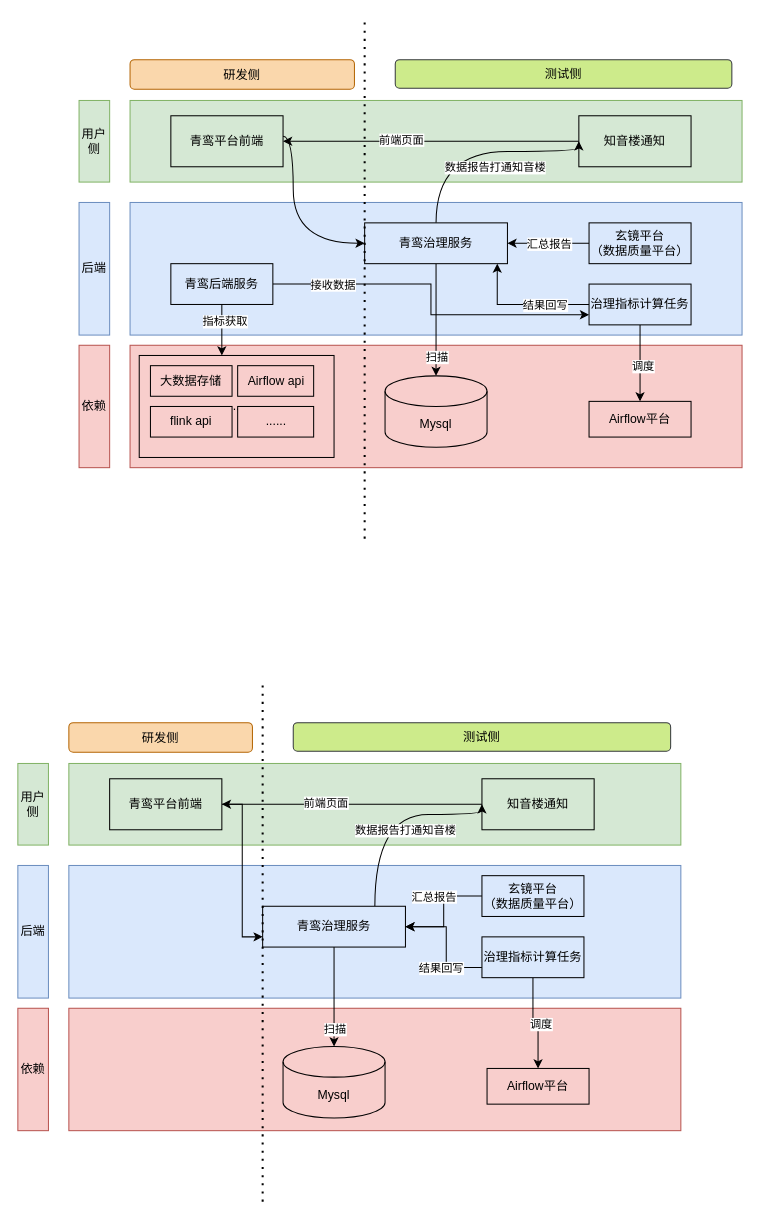
Above: 好未来/转正述职/青鸾相关 (4).drawio in dongjinmin-710/my-darwio (draw.io), before the change. Source tidied: cells renumbered, new cells numbered last; positions are measured from the earlier drawing's top-left corner, leaving out a move shared by most shapes. Both pictures are drawn from the tidied source at 102%, with x=0, y=0 at pixel (17, 18).
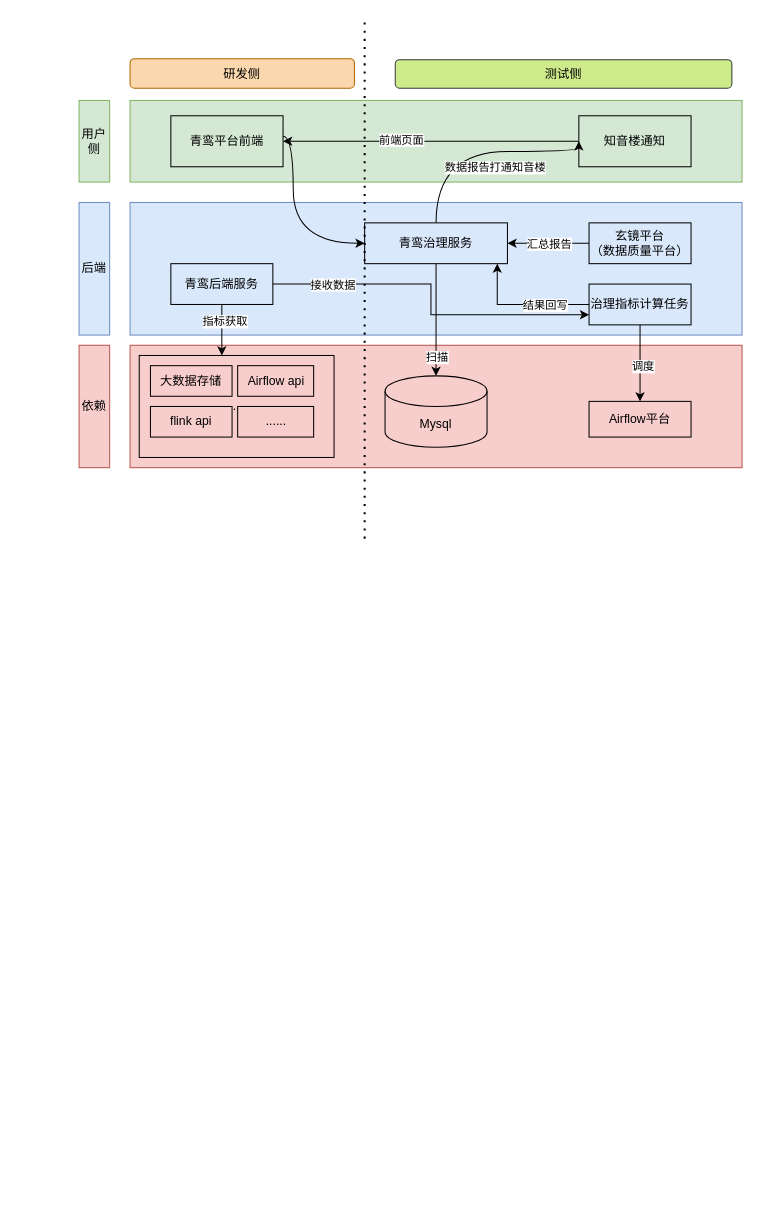
The same page after the edit.

Commit message:
更新青鸾相关 (4).drawio

Change to the diagram source:
```diff
@@
     <mxCell id="39" value="研发侧" style="rounded=1;whiteSpace=wrap;html=1;fillColor=#fad7ac;strokeColor=#b46504;" parent="1" vertex="1">
-      <mxGeometry x="110" y="40" width="220" height="29" as="geometry" />
+      <mxGeometry x="110" y="39" width="220" height="29" as="geometry" />
     </mxCell>
@@
-    <mxCell id="41" style="rounded=0;whiteSpace=wrap;html=1;fillColor=#dae8fc;strokeColor=#6c8ebf;" parent="1" vertex="1">
-      <mxGeometry x="50" y="830" width="600" height="130" as="geometry" />
-    </mxCell>
-    <mxCell id="42" style="rounded=0;whiteSpace=wrap;html=1;fillColor=#d5e8d4;strokeColor=#82b366;" parent="1" vertex="1">
-      <mxGeometry x="50" y="730" width="600" height="80" as="geometry" />
-    </mxCell>
-    <mxCell id="43" style="edgeStyle=orthogonalEdgeStyle;rounded=0;jettySize=auto;html=1;entryX=0;entryY=0.75;entryDx=0;entryDy=0;" parent="1" edge="1" source="44" target="56">
-      <mxGeometry relative="1" as="geometry" />
-    </mxCell>
-    <mxCell id="44" value="青鸾平台前端" style="rounded=0;whiteSpace=wrap;html=1;fillColor=#d5e8d4;strokeColor=default;" parent="1" vertex="1">
-      <mxGeometry x="90" y="745" width="110" height="50" as="geometry" />
-    </mxCell>
-    <mxCell id="45" style="edgeStyle=orthogonalEdgeStyle;rounded=0;jettySize=auto;html=1;" parent="1" edge="1" source="47" target="44">
-      <mxGeometry relative="1" as="geometry">
-        <Array as="points">
-          <mxPoint x="260" y="770" />
-          <mxPoint x="260" y="770" />
-        </Array>
-      </mxGeometry>
-    </mxCell>
-    <mxCell id="46" value="前端页面" style="edgeLabel;html=1;align=center;verticalAlign=middle;" parent="45" vertex="1">
-      <mxGeometry x="0.21" y="-2" relative="1" as="geometry" />
-    </mxCell>
-    <mxCell id="47" value="知音楼通知" style="rounded=0;whiteSpace=wrap;html=1;fillColor=#d5e8d4;strokeColor=#000000;" parent="1" vertex="1">
-      <mxGeometry x="455" y="745" width="110" height="50" as="geometry" />
-    </mxCell>
-    <mxCell id="48" value="用户侧" style="whiteSpace=wrap;html=1;fillColor=#d5e8d4;strokeColor=#82b366;" parent="1" vertex="1">
-      <mxGeometry y="730" width="30" height="80" as="geometry" />
-    </mxCell>
-    <mxCell id="49" value="后端" style="whiteSpace=wrap;html=1;fillColor=#dae8fc;strokeColor=#6c8ebf;" parent="1" vertex="1">
-      <mxGeometry y="830" width="30" height="130" as="geometry" />
-    </mxCell>
-    <mxCell id="50" value="依赖" style="whiteSpace=wrap;html=1;fillColor=#f8cecc;strokeColor=#b85450;" parent="1" vertex="1">
-      <mxGeometry y="970" width="30" height="120" as="geometry" />
-    </mxCell>
-    <mxCell id="51" style="rounded=0;whiteSpace=wrap;html=1;fillColor=#f8cecc;strokeColor=#b85450;" parent="1" vertex="1">
-      <mxGeometry x="50" y="970" width="600" height="120" as="geometry" />
-    </mxCell>
-    <mxCell id="52" style="edgeStyle=orthogonalEdgeStyle;rounded=0;jettySize=auto;html=1;" parent="1" edge="1" source="56" target="66">
-      <mxGeometry relative="1" as="geometry" />
-    </mxCell>
-    <mxCell id="53" value="扫描" style="edgeLabel;html=1;align=center;verticalAlign=middle;" parent="52" vertex="1">
-      <mxGeometry x="0.65" relative="1" as="geometry" />
-    </mxCell>
-    <mxCell id="54" style="edgeStyle=orthogonalEdgeStyle;rounded=0;jettySize=auto;html=1;entryX=0;entryY=0.5;entryDx=0;entryDy=0;curved=1;" parent="1" edge="1" source="56" target="47">
-      <mxGeometry relative="1" as="geometry">
-        <Array as="points">
-          <mxPoint x="350" y="780" />
-        </Array>
-      </mxGeometry>
-    </mxCell>
-    <mxCell id="55" value="数据报告打通知音楼" style="edgeLabel;html=1;align=center;verticalAlign=middle;fillColor=#D5E8D4;" parent="54" vertex="1">
-      <mxGeometry x="0.14" y="-11" relative="1" as="geometry">
-        <mxPoint x="2" y="4" as="offset" />
-      </mxGeometry>
-    </mxCell>
-    <mxCell id="56" value="青鸾治理服务" style="rounded=0;whiteSpace=wrap;html=1;fillColor=#dae8fc;strokeColor=#000000;" parent="1" vertex="1">
-      <mxGeometry x="240" y="870" width="140" height="40" as="geometry" />
-    </mxCell>
-    <mxCell id="57" style="edgeStyle=orthogonalEdgeStyle;rounded=0;jettySize=auto;html=1;" parent="1" edge="1" source="61" target="56">
-      <mxGeometry relative="1" as="geometry">
-        <Array as="points">
-          <mxPoint x="420" y="930" />
-          <mxPoint x="420" y="890" />
-        </Array>
-      </mxGeometry>
-    </mxCell>
-    <mxCell id="58" value="结果回写" style="edgeLabel;html=1;align=center;verticalAlign=middle;" parent="57" vertex="1">
-      <mxGeometry x="-0.55" y="-1" relative="1" as="geometry">
-        <mxPoint x="-15" y="1" as="offset" />
-      </mxGeometry>
-    </mxCell>
-    <mxCell id="59" style="edgeStyle=orthogonalEdgeStyle;rounded=0;jettySize=auto;html=1;entryX=0.5;entryY=0;entryDx=0;entryDy=0;" parent="1" edge="1" source="61" target="62">
-      <mxGeometry relative="1" as="geometry" />
-    </mxCell>
-    <mxCell id="60" value="调度" style="edgeLabel;html=1;align=center;verticalAlign=middle;" parent="59" vertex="1">
-      <mxGeometry x="0.07" y="2" relative="1" as="geometry" />
-    </mxCell>
-    <mxCell id="61" value="治理指标计算任务" style="rounded=0;whiteSpace=wrap;html=1;fillColor=#dae8fc;strokeColor=#000000;" parent="1" vertex="1">
-      <mxGeometry x="455" y="900" width="100" height="40" as="geometry" />
-    </mxCell>
-    <mxCell id="62" value="Airflow平台" style="rounded=0;whiteSpace=wrap;html=1;fillColor=#f8cecc;strokeColor=#000000;" parent="1" vertex="1">
-      <mxGeometry x="460" y="1029" width="100" height="35" as="geometry" />
-    </mxCell>
-    <mxCell id="63" style="edgeStyle=orthogonalEdgeStyle;rounded=0;jettySize=auto;html=1;" parent="1" edge="1" source="65" target="56">
-      <mxGeometry relative="1" as="geometry" />
-    </mxCell>
-    <mxCell id="64" value="汇总报告" style="edgeLabel;html=1;align=center;verticalAlign=middle;" parent="63" vertex="1">
-      <mxGeometry x="-0.39" y="-1" relative="1" as="geometry">
-        <mxPoint x="-16" y="1" as="offset" />
-      </mxGeometry>
-    </mxCell>
-    <mxCell id="65" value="玄镜平台&lt;br&gt;（数据质量平台）" style="rounded=0;whiteSpace=wrap;html=1;fillColor=#dae8fc;strokeColor=#000000;" parent="1" vertex="1">
-      <mxGeometry x="455" y="840" width="100" height="40" as="geometry" />
-    </mxCell>
-    <mxCell id="66" value="Mysql" style="shape=cylinder3;whiteSpace=wrap;html=1;boundedLbl=1;backgroundOutline=1;size=15;fillColor=#f8cecc;strokeColor=#000000;" parent="1" vertex="1">
-      <mxGeometry x="260" y="1007.5" width="100" height="70" as="geometry" />
-    </mxCell>
-    <mxCell id="67" value="研发侧" style="rounded=1;whiteSpace=wrap;html=1;fillColor=#fad7ac;strokeColor=#b46504;" parent="1" vertex="1">
-      <mxGeometry x="50" y="690" width="180" height="29" as="geometry" />
-    </mxCell>
-    <mxCell id="68" value="测试侧" style="rounded=1;whiteSpace=wrap;html=1;fillColor=#cdeb8b;strokeColor=#36393d;" parent="1" vertex="1">
-      <mxGeometry x="270" y="690" width="370" height="28" as="geometry" />
-    </mxCell>
-    <mxCell id="69" style="endArrow=none;dashed=1;html=1;dashPattern=1 3;strokeWidth=2;rounded=0;" parent="1" edge="1">
-      <mxGeometry relative="1" as="geometry">
-        <mxPoint x="240" y="1159.6" as="sourcePoint" />
-        <mxPoint x="240" y="650" as="targetPoint" />
-      </mxGeometry>
-    </mxCell>
```
